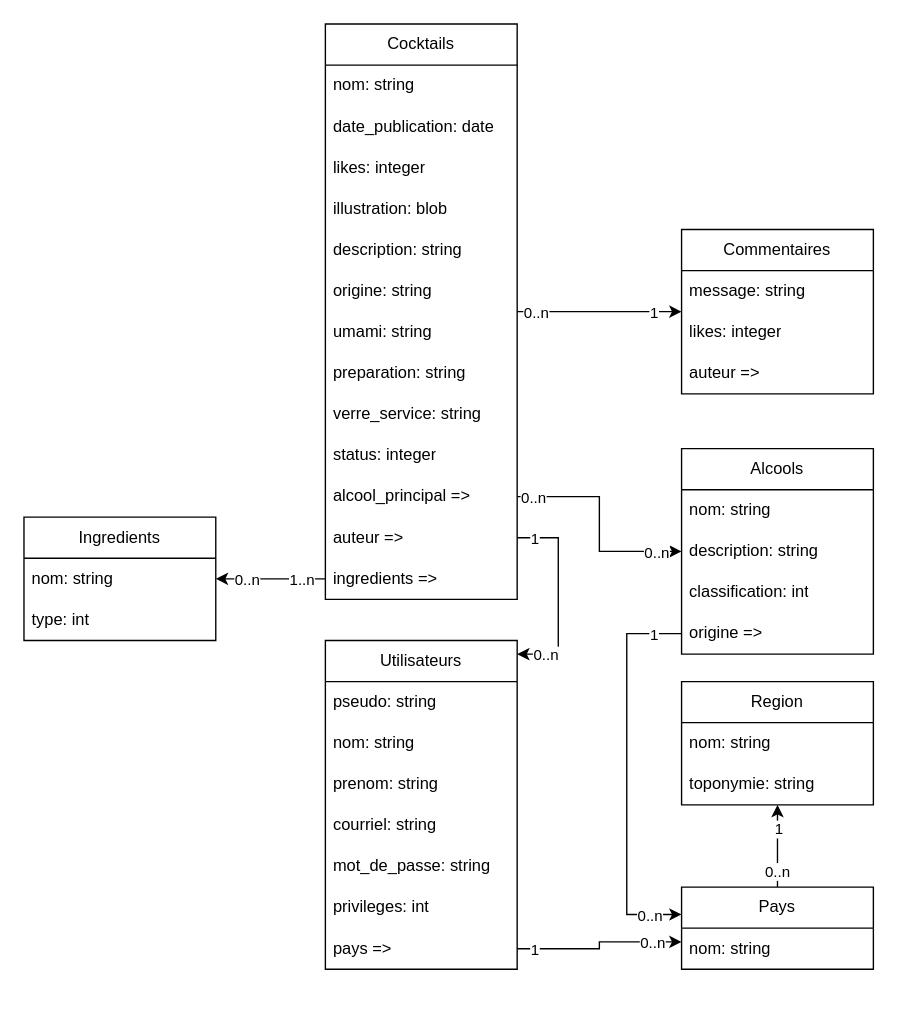
Before: documentation/modele_conceptuel.drawio in Cocktail-Wizard/Cocktail_Wizard, a draw.io diagram. Source tidied: cells renumbered, new cells numbered last; positions are measured from the earlier drawing's top-left corner, leaving out a move shared by most shapes. Both pictures are drawn from the tidied source at 137%, with x=0, y=0 at pixel (23, 23).
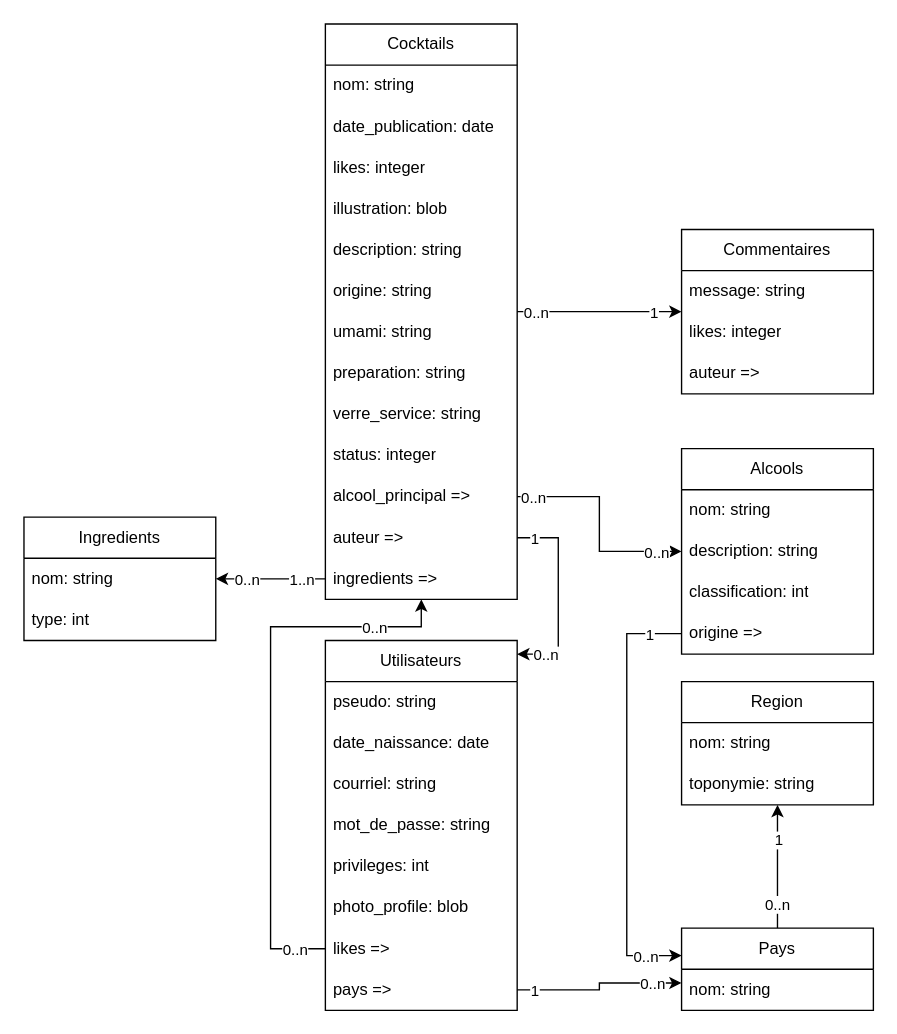
After the change.

The change refers to these unchanged cells:
```xml
<mxCell id="5" value="Cocktails" style="swimlane;fontStyle=0;horizontal=1;startSize=30;whiteSpace=wrap;html=1;" parent="1" vertex="1">
  <mxGeometry x="220" width="140" height="420" as="geometry" />
</mxCell>
<mxCell id="43" value="origine =&amp;gt;" style="text;strokeColor=none;fillColor=none;align=left;verticalAlign=middle;spacingLeft=4;spacingRight=4;overflow=hidden;points=[[0,0.5],[1,0.5]];portConstraint=eastwest;whiteSpace=wrap;html=1;" parent="39" vertex="1">
  <mxGeometry y="120" width="140" height="30" as="geometry" />
</mxCell>
```

What changed in the source:
```diff
@@
     <mxCell id="23" value="Utilisateurs" style="swimlane;fontStyle=0;horizontal=1;startSize=30;whiteSpace=wrap;html=1;" parent="1" vertex="1">
-      <mxGeometry x="220" y="450" width="140" height="240" as="geometry" />
+      <mxGeometry x="220" y="450" width="140" height="270" as="geometry" />
     </mxCell>
@@
-    <mxCell id="25" value="nom: string" style="text;strokeColor=none;fillColor=none;align=left;verticalAlign=middle;spacingLeft=4;spacingRight=4;overflow=hidden;whiteSpace=wrap;html=1;" parent="23" vertex="1">
-      <mxGeometry y="60" width="140" height="30" as="geometry" />
-    </mxCell>
-    <mxCell id="26" value="prenom: string" style="text;strokeColor=none;fillColor=none;align=left;verticalAlign=middle;spacingLeft=4;spacingRight=4;overflow=hidden;whiteSpace=wrap;html=1;" parent="23" vertex="1">
-      <mxGeometry y="90" width="140" height="30" as="geometry" />
+    <mxCell id="26" value="date_naissance: date" style="text;strokeColor=none;fillColor=none;align=left;verticalAlign=middle;spacingLeft=4;spacingRight=4;overflow=hidden;whiteSpace=wrap;html=1;" parent="23" vertex="1">
+      <mxGeometry y="60" width="140" height="30" as="geometry" />
     </mxCell>
     <mxCell id="27" value="courriel: string" style="text;strokeColor=none;fillColor=none;align=left;verticalAlign=middle;spacingLeft=4;spacingRight=4;overflow=hidden;whiteSpace=wrap;html=1;" parent="23" vertex="1">
-      <mxGeometry y="120" width="140" height="30" as="geometry" />
+      <mxGeometry y="90" width="140" height="30" as="geometry" />
     </mxCell>
     <mxCell id="28" value="mot_de_passe: string" style="text;strokeColor=none;fillColor=none;align=left;verticalAlign=middle;spacingLeft=4;spacingRight=4;overflow=hidden;whiteSpace=wrap;html=1;" parent="23" vertex="1">
-      <mxGeometry y="150" width="140" height="30" as="geometry" />
+      <mxGeometry y="120" width="140" height="30" as="geometry" />
     </mxCell>
     <mxCell id="29" value="privileges: int" style="text;strokeColor=none;fillColor=none;align=left;verticalAlign=middle;spacingLeft=4;spacingRight=4;overflow=hidden;whiteSpace=wrap;html=1;" parent="23" vertex="1">
-      <mxGeometry y="180" width="140" height="30" as="geometry" />
+      <mxGeometry y="150" width="140" height="30" as="geometry" />
     </mxCell>
+    <mxCell id="62" value="photo_profile: blob" style="text;strokeColor=none;fillColor=none;align=left;verticalAlign=middle;spacingLeft=4;spacingRight=4;overflow=hidden;whiteSpace=wrap;html=1;" parent="23" vertex="1">
+      <mxGeometry y="180" width="140" height="30" as="geometry" />
+    </mxCell>
+    <mxCell id="63" value="likes =&amp;gt;" style="text;strokeColor=none;fillColor=none;align=left;verticalAlign=middle;spacingLeft=4;spacingRight=4;overflow=hidden;points=[[0,0.5],[1,0.5]];portConstraint=eastwest;whiteSpace=wrap;html=1;" parent="23" vertex="1">
+      <mxGeometry y="210" width="140" height="30" as="geometry" />
+    </mxCell>
     <mxCell id="30" value="pays =&amp;gt;" style="text;strokeColor=none;fillColor=none;align=left;verticalAlign=middle;spacingLeft=4;spacingRight=4;overflow=hidden;points=[[0,0.5],[1,0.5]];portConstraint=eastwest;whiteSpace=wrap;html=1;" parent="23" vertex="1">
-      <mxGeometry y="210" width="140" height="30" as="geometry" />
+      <mxGeometry y="240" width="140" height="30" as="geometry" />
     </mxCell>
@@
     <mxCell id="34" value="Pays" style="swimlane;fontStyle=0;horizontal=1;startSize=30;whiteSpace=wrap;html=1;" parent="1" vertex="1">
-      <mxGeometry x="480" y="630" width="140" height="60" as="geometry" />
+      <mxGeometry x="480" y="660" width="140" height="60" as="geometry" />
     </mxCell>
@@
     <mxCell id="44" style="edgeStyle=orthogonalEdgeStyle;rounded=0;jettySize=auto;html=1;" parent="1" edge="1" source="30" target="34">
       <mxGeometry relative="1" as="geometry">
         <Array as="points">
-          <mxPoint x="420" y="675" />
-          <mxPoint x="420" y="670" />
+          <mxPoint x="420" y="705" />
+          <mxPoint x="420" y="700" />
         </Array>
       </mxGeometry>
     </mxCell>
@@
     <mxCell id="50" style="edgeStyle=orthogonalEdgeStyle;rounded=0;jettySize=auto;html=1;" parent="1" edge="1" source="43" target="34">
       <mxGeometry relative="1" as="geometry">
         <Array as="points">
           <mxPoint x="440" y="445" />
-          <mxPoint x="440" y="650" />
+          <mxPoint x="440" y="680" />
         </Array>
       </mxGeometry>
     </mxCell>
@@
+    <mxCell id="64" style="edgeStyle=orthogonalEdgeStyle;rounded=0;jettySize=auto;html=1;" parent="1" edge="1" source="63" target="5">
+      <mxGeometry relative="1" as="geometry">
+        <Array as="points">
+          <mxPoint x="180" y="675" />
+          <mxPoint x="180" y="440" />
+          <mxPoint x="290" y="440" />
+        </Array>
+      </mxGeometry>
+    </mxCell>
+    <mxCell id="65" value="0..n" style="edgeLabel;html=1;align=center;verticalAlign=middle;" parent="64" vertex="1">
+      <mxGeometry x="0.73" relative="1" as="geometry" />
+    </mxCell>
+    <mxCell id="66" value="0..n" style="edgeLabel;html=1;align=center;verticalAlign=middle;" parent="64" vertex="1">
+      <mxGeometry x="-0.88" y="-1" relative="1" as="geometry">
+        <mxPoint x="1" y="1" as="offset" />
+      </mxGeometry>
+    </mxCell>
```
